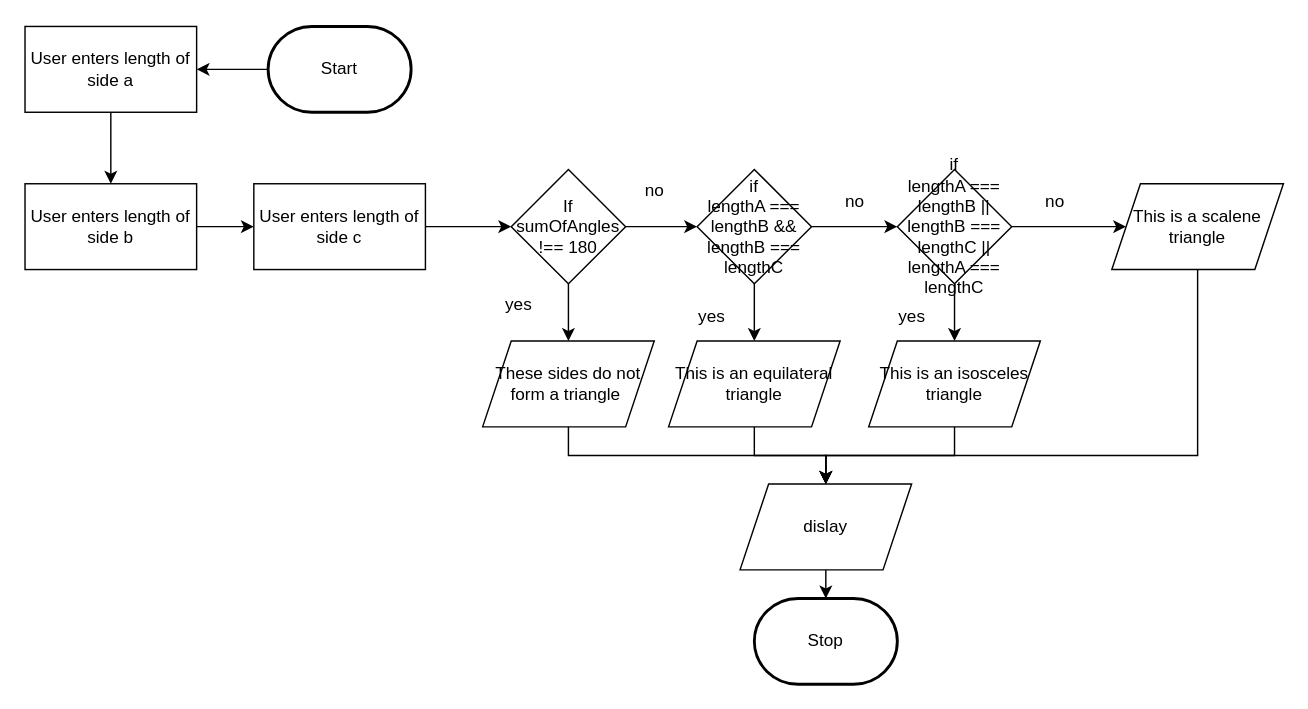
The draw.io diagram design/flowchart.drawio in MTHS-ICD2O-1-2024/ICD2O-Unit-5-05-Devin-boucher, before the edit. Source tidied: cells renumbered, new cells numbered last; positions are measured from the earlier drawing's top-left corner, leaving out a move shared by most shapes. Both pictures are drawn from the tidied source at 143%, with x=0, y=0 at pixel (24, 26).
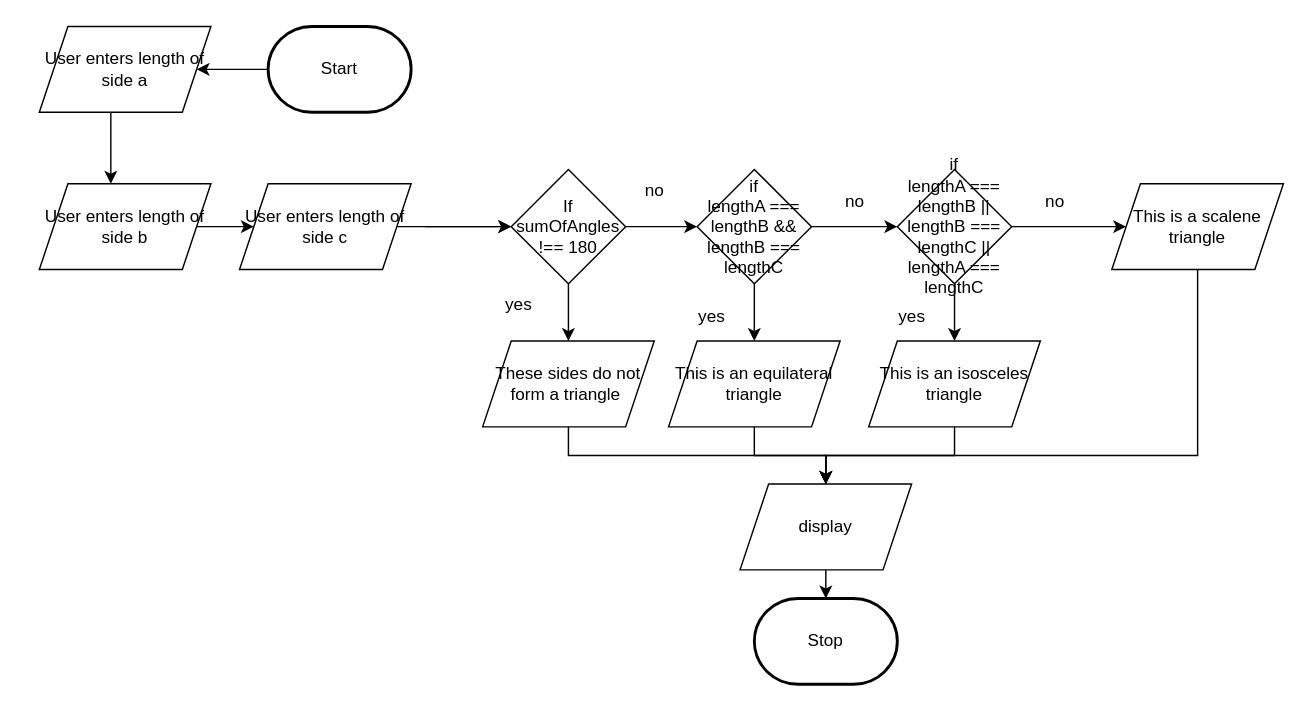
The same diagram, later.

Commit message (it also covers changes not shown here):
made flowchart

Unchanged cells that the change refers to:
```xml
<mxCell id="3" value="Start" style="strokeWidth=2;html=1;shape=mxgraph.flowchart.terminator;whiteSpace=wrap;" parent="1" vertex="1">
  <mxGeometry x="170" width="100" height="60" as="geometry" />
</mxCell>
<mxCell id="13" value="If&lt;div&gt;sumOfAngles !== 180&lt;/div&gt;" style="rhombus;whiteSpace=wrap;html=1;" parent="1" vertex="1">
  <mxGeometry x="340" y="100" width="80" height="80" as="geometry" />
</mxCell>
```

The edit, as a diff of the source:
```diff
@@
-    <mxCell id="2" style="edgeStyle=none;html=1;" parent="1" edge="1" source="3" target="6">
-      <mxGeometry relative="1" as="geometry" />
+    <mxCell id="2" style="edgeStyle=none;html=1;" parent="1" edge="1" source="3">
+      <mxGeometry relative="1" as="geometry">
+        <mxPoint x="120" y="30" as="targetPoint" />
+      </mxGeometry>
     </mxCell>
@@
-    <mxCell id="5" style="edgeStyle=none;html=1;" parent="1" edge="1" source="6" target="8">
-      <mxGeometry relative="1" as="geometry" />
+    <mxCell id="5" style="edgeStyle=none;html=1;" parent="1" edge="1">
+      <mxGeometry relative="1" as="geometry">
+        <mxPoint x="60" y="60" as="sourcePoint" />
+        <mxPoint x="60" y="110" as="targetPoint" />
+      </mxGeometry>
     </mxCell>
-    <mxCell id="6" value="User enters length of side a" style="whiteSpace=wrap;html=1;" parent="1" vertex="1">
-      <mxGeometry width="120" height="60" as="geometry" />
-    </mxCell>
-    <mxCell id="7" style="edgeStyle=none;html=1;" parent="1" edge="1" source="8" target="10">
-      <mxGeometry relative="1" as="geometry" />
+    <mxCell id="7" style="edgeStyle=none;html=1;" parent="1" edge="1">
+      <mxGeometry relative="1" as="geometry">
+        <mxPoint x="120" y="140" as="sourcePoint" />
+        <mxPoint x="160" y="140" as="targetPoint" />
+      </mxGeometry>
     </mxCell>
-    <mxCell id="8" value="User enters length of side b" style="whiteSpace=wrap;html=1;" parent="1" vertex="1">
-      <mxGeometry y="110" width="120" height="60" as="geometry" />
-    </mxCell>
-    <mxCell id="9" style="edgeStyle=none;html=1;" parent="1" edge="1" source="10" target="13">
-      <mxGeometry relative="1" as="geometry" />
+    <mxCell id="9" style="edgeStyle=none;html=1;" parent="1" edge="1" target="13">
+      <mxGeometry relative="1" as="geometry">
+        <mxPoint x="280" y="140" as="sourcePoint" />
+      </mxGeometry>
     </mxCell>
-    <mxCell id="10" value="User enters length of side c" style="whiteSpace=wrap;html=1;" parent="1" vertex="1">
-      <mxGeometry x="160" y="110" width="120" height="60" as="geometry" />
-    </mxCell>
@@
-    <mxCell id="35" value="dislay" style="shape=parallelogram;perimeter=parallelogramPerimeter;whiteSpace=wrap;html=1;fixedSize=1;" parent="1" vertex="1">
+    <mxCell id="35" value="display" style="shape=parallelogram;perimeter=parallelogramPerimeter;whiteSpace=wrap;html=1;fixedSize=1;" parent="1" vertex="1">
       <mxGeometry x="500" y="320" width="120" height="60" as="geometry" />
     </mxCell>
+    <mxCell id="6" value="&lt;span style=&quot;color: rgb(0, 0, 0);&quot;&gt;User enters length of side a&lt;/span&gt;" style="shape=parallelogram;perimeter=parallelogramPerimeter;whiteSpace=wrap;html=1;fixedSize=1;" parent="1" vertex="1">
+      <mxGeometry x="10" width="120" height="60" as="geometry" />
+    </mxCell>
+    <mxCell id="8" value="&lt;span style=&quot;color: rgb(0, 0, 0);&quot;&gt;User enters length of side b&lt;/span&gt;" style="shape=parallelogram;perimeter=parallelogramPerimeter;whiteSpace=wrap;html=1;fixedSize=1;" parent="1" vertex="1">
+      <mxGeometry x="10" y="110" width="120" height="60" as="geometry" />
+    </mxCell>
+    <mxCell id="36" style="edgeStyle=none;html=1;" parent="1" edge="1" source="10" target="13">
+      <mxGeometry relative="1" as="geometry" />
+    </mxCell>
+    <mxCell id="10" value="User enters length of side c" style="shape=parallelogram;perimeter=parallelogramPerimeter;whiteSpace=wrap;html=1;fixedSize=1;" parent="1" vertex="1">
+      <mxGeometry x="150" y="110" width="120" height="60" as="geometry" />
+    </mxCell>
```
